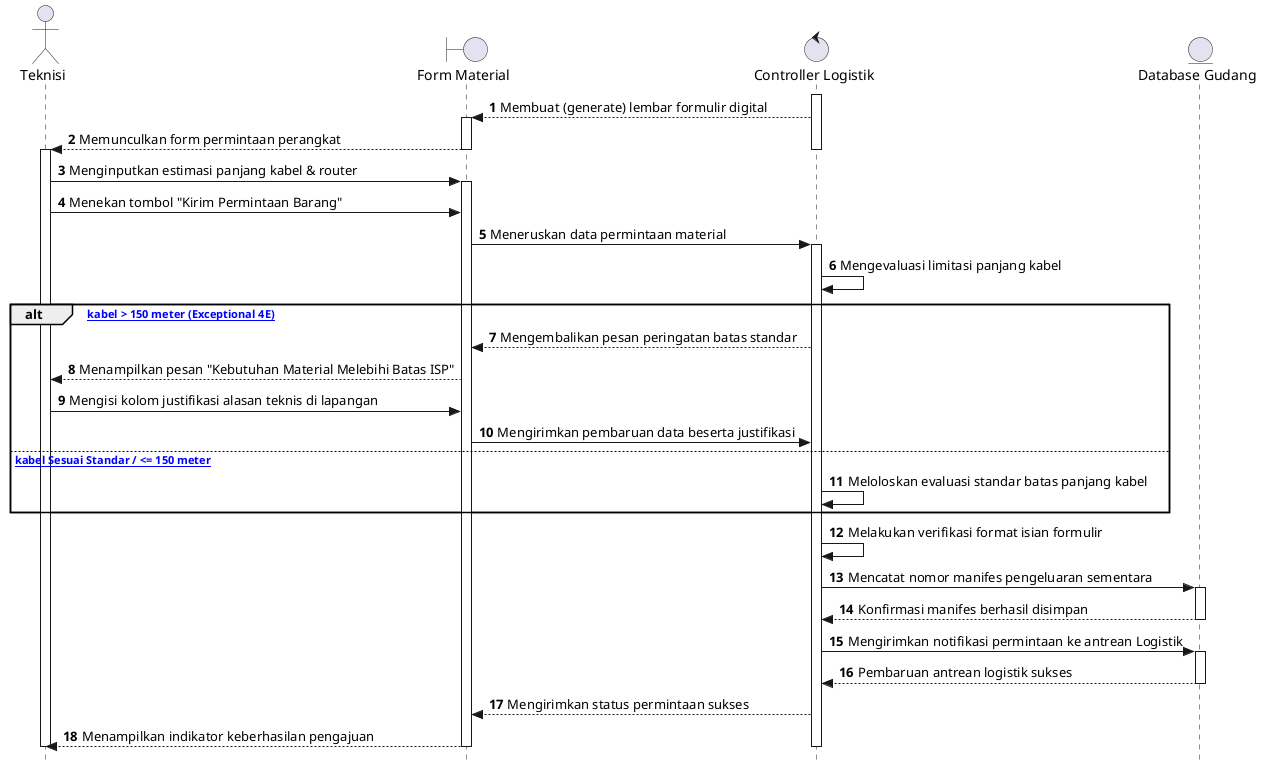
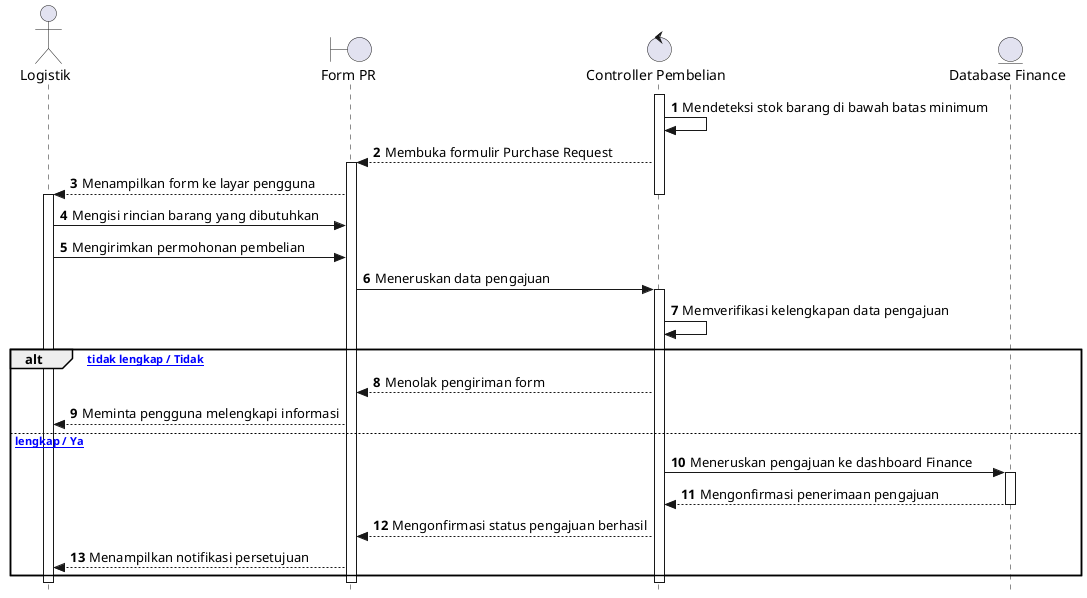
@startuml
autonumber
skinparam style strictuml

- actor Teknisi
- boundary "Form Material" as Form
- control "Controller Logistik" as Ctrl
- entity "Database Gudang" as DB
+ actor Logistik
+ boundary "Form PR" as Form
+ control "Controller Pembelian" as Ctrl
+ entity "Database Finance" as DB

activate Ctrl
- Ctrl --> Form: Membuat (generate) lembar formulir digital
+ Ctrl -> Ctrl: Mendeteksi stok barang di bawah batas minimum
+ Ctrl --> Form: Membuka formulir Purchase Request
activate Form
- Form --> Teknisi: Memunculkan form permintaan perangkat
- deactivate Form
+ Form --> Logistik: Menampilkan form ke layar pengguna
deactivate Ctrl

- activate Teknisi
- Teknisi -> Form: Menginputkan estimasi panjang kabel & router
- activate Form
- Teknisi -> Form: Menekan tombol "Kirim Permintaan Barang"
- Form -> Ctrl: Meneruskan data permintaan material
+ activate Logistik
+ Logistik -> Form: Mengisi rincian barang yang dibutuhkan
+ Logistik -> Form: Mengirimkan permohonan pembelian
+ Form -> Ctrl: Meneruskan data pengajuan
activate Ctrl

- Ctrl -> Ctrl: Mengevaluasi limitasi panjang kabel
+ Ctrl -> Ctrl: Memverifikasi kelengkapan data pengajuan

- alt [Panjang kabel > 150 meter (Exceptional 4E)]
-     Ctrl --> Form: Mengembalikan pesan peringatan batas standar
-     Form --> Teknisi: Menampilkan pesan "Kebutuhan Material Melebihi Batas ISP"
-     Teknisi -> Form: Mengisi kolom justifikasi alasan teknis di lapangan
-     Form -> Ctrl: Mengirimkan pembaruan data beserta justifikasi
- else [Panjang kabel Sesuai Standar / <= 150 meter]
-     Ctrl -> Ctrl: Meloloskan evaluasi standar batas panjang kabel
+ alt [Data tidak lengkap / Tidak]
+     Ctrl --> Form: Menolak pengiriman form
+     Form --> Logistik: Meminta pengguna melengkapi informasi
+ else [Data lengkap / Ya]
+     Ctrl -> DB: Meneruskan pengajuan ke dashboard Finance
+     activate DB
+     DB --> Ctrl: Mengonfirmasi penerimaan pengajuan
+     deactivate DB
+     Ctrl --> Form: Mengonfirmasi status pengajuan berhasil
+     Form --> Logistik: Menampilkan notifikasi persetujuan
end

- Ctrl -> Ctrl: Melakukan verifikasi format isian formulir
- Ctrl -> DB: Mencatat nomor manifes pengeluaran sementara
- activate DB
- DB --> Ctrl: Konfirmasi manifes berhasil disimpan
- deactivate DB
- Ctrl -> DB: Mengirimkan notifikasi permintaan ke antrean Logistik
- activate DB
- DB --> Ctrl: Pembaruan antrean logistik sukses
- deactivate DB
- Ctrl --> Form: Mengirimkan status permintaan sukses
- Form --> Teknisi: Menampilkan indikator keberhasilan pengajuan
deactivate Ctrl
deactivate Form
- 
- deactivate Teknisi
+ deactivate Logistik
@enduml